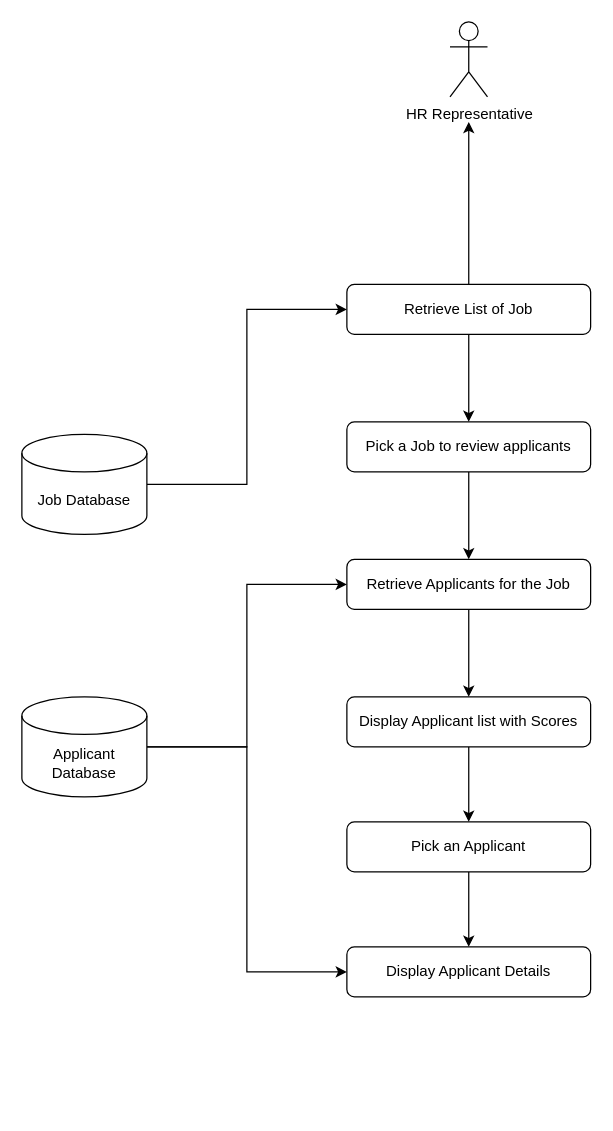
The draw.io diagram page "HR Representative Flow" (3 of 3) of FinalProject/AIT-590 Architecture Diagram.drawio in fernakano/gmu-ait-590, before the edit. Source tidied: cells renumbered, new cells numbered last; positions are measured from the earlier drawing's top-left corner, leaving out a move shared by most shapes. Both pictures are drawn from the tidied source at 125%, with x=0, y=0 at pixel (21, 21).
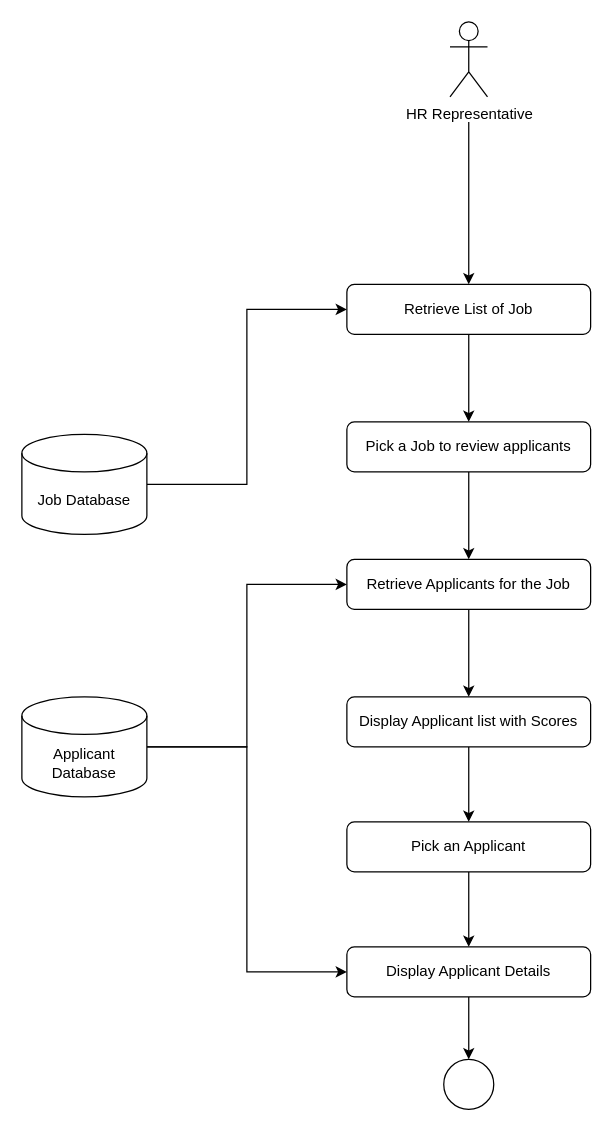
The same diagram, later.

Unchanged cells that the change refers to:
```xml
<mxCell id="5" value="Retrieve List of Job" style="rounded=1;whiteSpace=wrap;html=1;" parent="1" vertex="1">
  <mxGeometry x="260" y="210" width="195" height="40" as="geometry" />
</mxCell>
<mxCell id="14" value="Display Applicant Details" style="rounded=1;whiteSpace=wrap;html=1;" parent="1" vertex="1">
  <mxGeometry x="260" y="740" width="195" height="40" as="geometry" />
</mxCell>
```

The edit, as a diff of the source:
```diff
@@
-    <mxCell id="3" style="edgeStyle=orthogonalEdgeStyle;rounded=0;jettySize=auto;html=1;" parent="1" edge="1" source="5">
+    <mxCell id="3" style="edgeStyle=orthogonalEdgeStyle;rounded=0;jettySize=auto;html=1;endArrow=none;endFill=0;startArrow=classic;startFill=1;" parent="1" edge="1" source="5">
       <mxGeometry relative="1" as="geometry">
         <mxPoint x="357.5" y="80" as="targetPoint" />
       </mxGeometry>
     </mxCell>
@@
+    <mxCell id="20" style="edgeStyle=orthogonalEdgeStyle;rounded=0;jettySize=auto;html=1;startArrow=none;startFill=0;endArrow=classic;endFill=1;" parent="1" edge="1" source="14" target="21">
+      <mxGeometry relative="1" as="geometry" />
+    </mxCell>
@@
+    <mxCell id="21" style="ellipse;whiteSpace=wrap;html=1;" parent="1" vertex="1">
+      <mxGeometry x="337.5" y="830" width="40" height="40" as="geometry" />
+    </mxCell>
```
